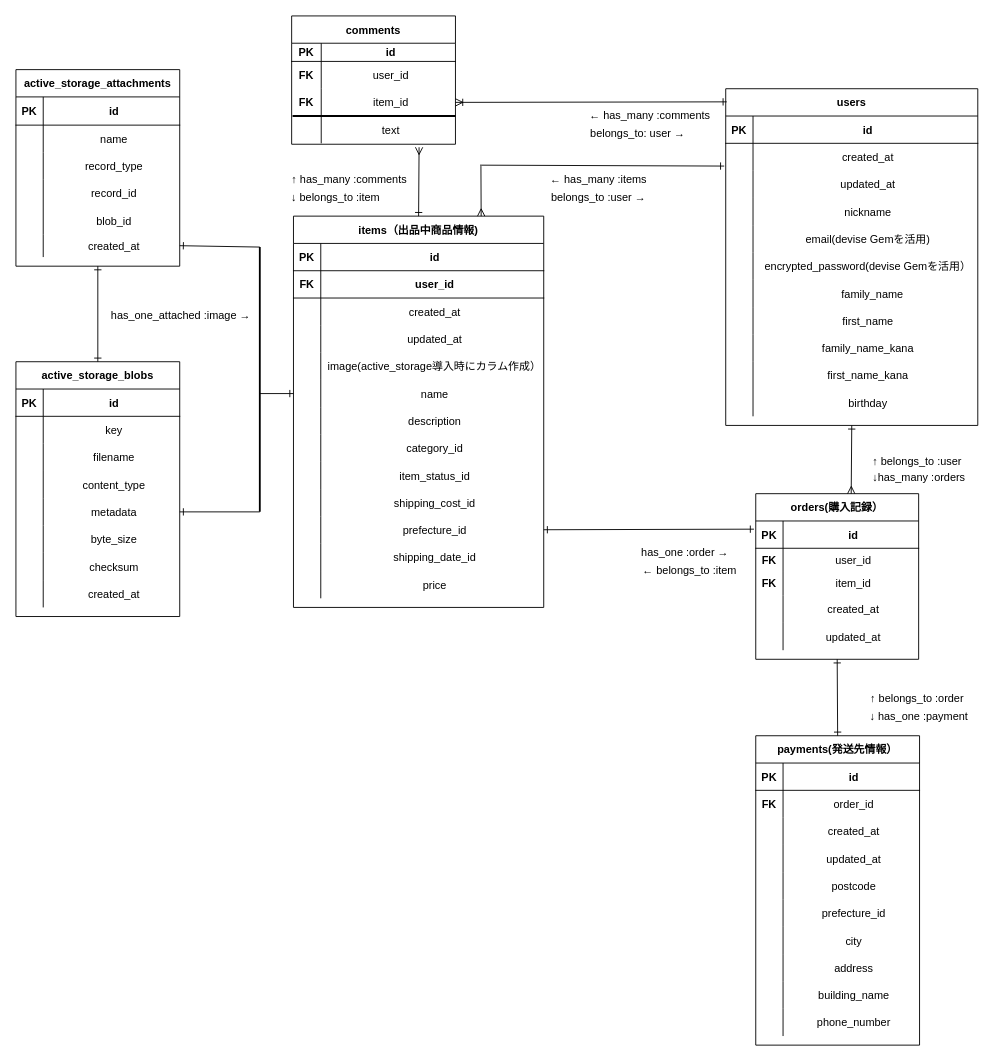
Above: test.dio in kenji198834/furima-38773 (draw.io), before the change. Source tidied: cells renumbered, new cells numbered last; positions are measured from the earlier drawing's top-left corner, leaving out a move shared by most shapes. Both pictures are drawn from the tidied source at 91%, with x=0, y=0 at pixel (15, 15).
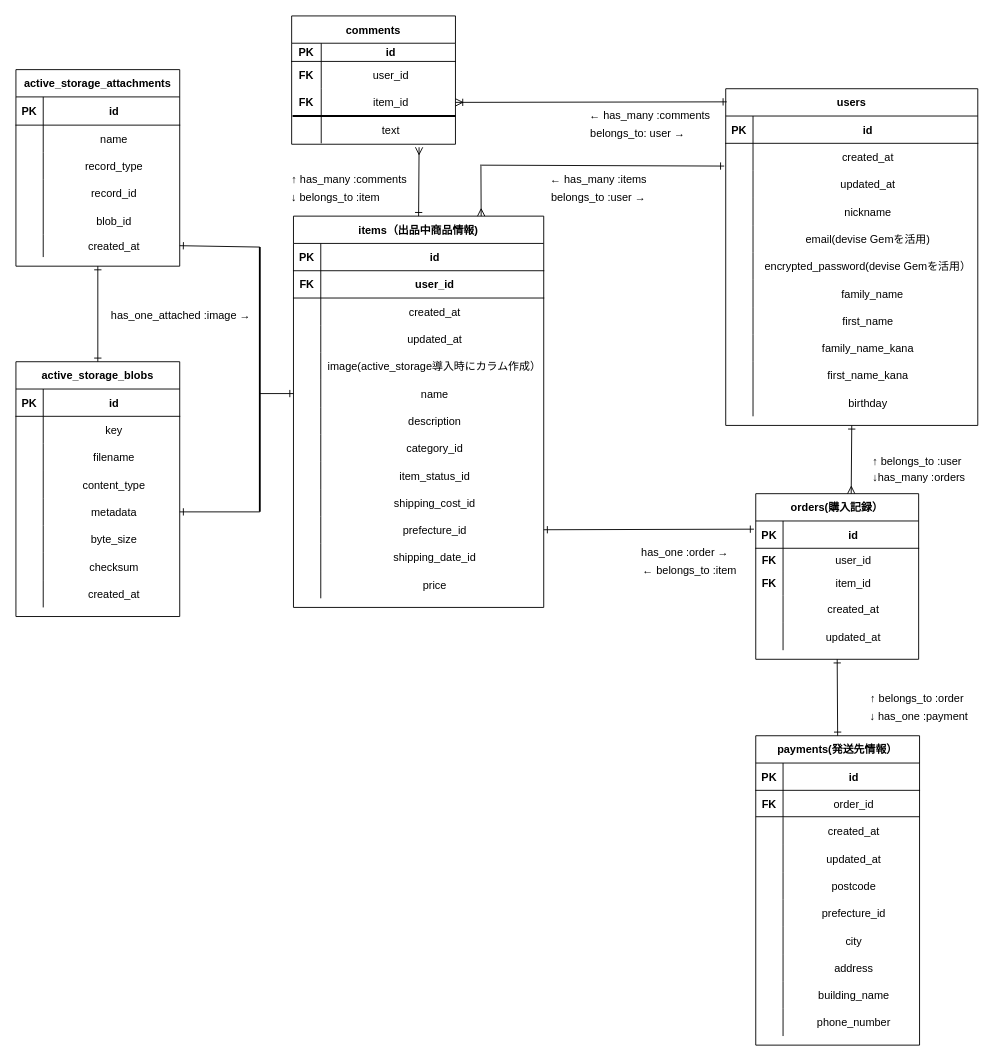
The same page after the edit.

Commit message (it also covers changes not shown here):
データベース設計　再修正

The edit, as a diff of the source:
```diff
@@
+    <mxCell id="209" style="endArrow=none;html=1;rounded=0;fontFamily=Helvetica;fontSize=12;fontColor=default;strokeColor=default;" parent="1" edge="1">
+      <mxGeometry relative="1" as="geometry">
+        <mxPoint x="813" y="880" as="sourcePoint" />
+        <mxPoint x="993" y="880" as="targetPoint" />
+      </mxGeometry>
+    </mxCell>
```
